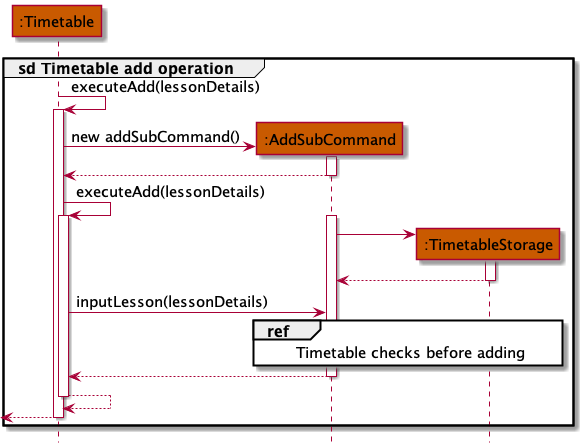
Above: docs/assets/images/TimetableAddSequenceDiagram2.png in shyamgj1900/tp (PlantUML), before the change. Its diagram source:
```plantuml
@startuml

hide footbox

!include Style.puml

participant ":Timetable" as table TIMETABLE_COLOR
participant ":AddSubCommand" as subCommand TIMETABLE_COLOR
participant ":TimetableStorage" as storage TIMETABLE_COLOR

group sd Timetable add operation

table -> table : executeAdd(lessonDetails)
activate table
create subCommand
table -> subCommand : new addSubCommand()
activate subCommand

subCommand --> table
deactivate subCommand
table -> table : executeAdd(lessonDetails)
activate table
activate subCommand

create storage
subCommand -> storage
activate storage

storage --> subCommand
deactivate storage

table -> subCommand : inputLesson(lessonDetails)
ref over subCommand, storage : Timetable checks before adding
deactivate storage

subCommand --> table
deactivate subCommand
table --> table
deactivate table

table -->[
deactivate table
end


@enduml
```
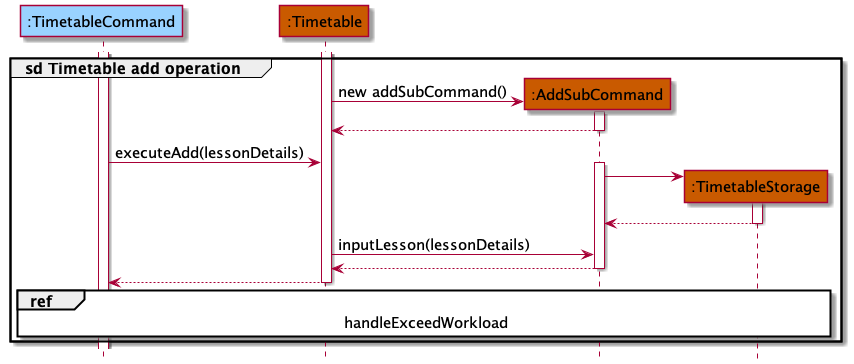
The same diagram one commit later.

Commit message:
Update DG for timetable add sequence diagram and timetable manual testing

The edit, as a diff of the source:
```diff
@@ -4,13 +4,15 @@
 
 !include Style.puml
 
+participant ":TimetableCommand" as command COMMANDS_COLOR
 participant ":Timetable" as table TIMETABLE_COLOR
 participant ":AddSubCommand" as subCommand TIMETABLE_COLOR
 participant ":TimetableStorage" as storage TIMETABLE_COLOR
 
+
 group sd Timetable add operation
 
-table -> table : executeAdd(lessonDetails)
+activate command
 activate table
 create subCommand
 table -> subCommand : new addSubCommand()
@@ -18,8 +20,7 @@
 
 subCommand --> table
 deactivate subCommand
-table -> table : executeAdd(lessonDetails)
-activate table
+command -> table : executeAdd(lessonDetails)
 activate subCommand
 
 create storage
@@ -30,16 +31,16 @@
 deactivate storage
 
 table -> subCommand : inputLesson(lessonDetails)
-ref over subCommand, storage : Timetable checks before adding
 deactivate storage
 
 subCommand --> table
 deactivate subCommand
-table --> table
+
+
+table --> command
 deactivate table
+ref over command, subCommand, storage : handleExceedWorkload
 
-table -->[
-deactivate table
 end
 
 
```
